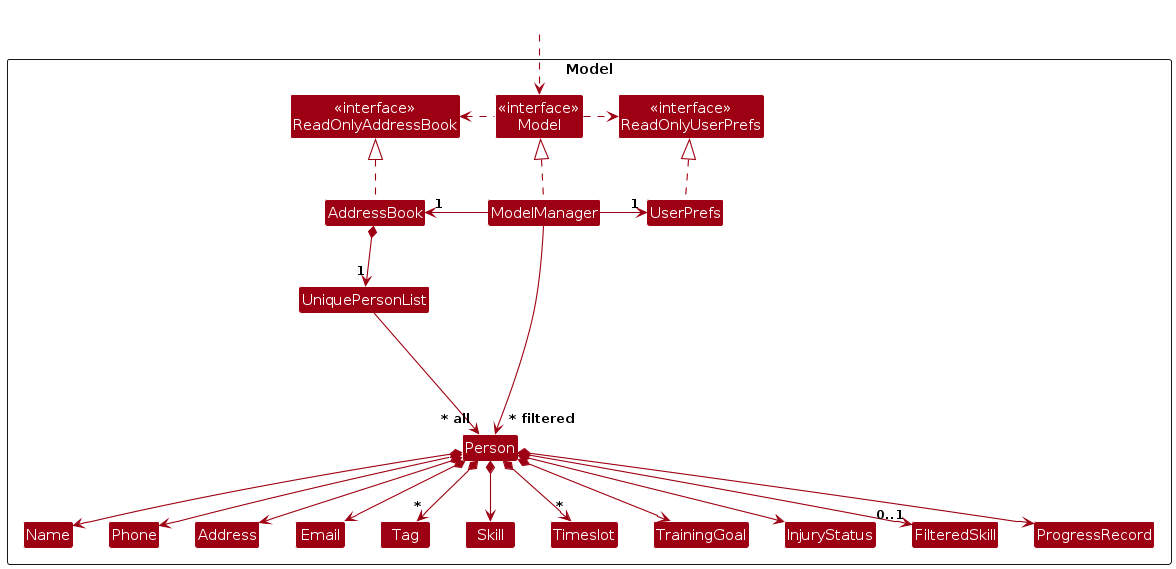
Before: diagrams/ModelClassDiagram.png, a diagram exported from PlantUML (Lim-ZY/tp). Its source is kept beside it as diagrams/ModelClassDiagram.puml.
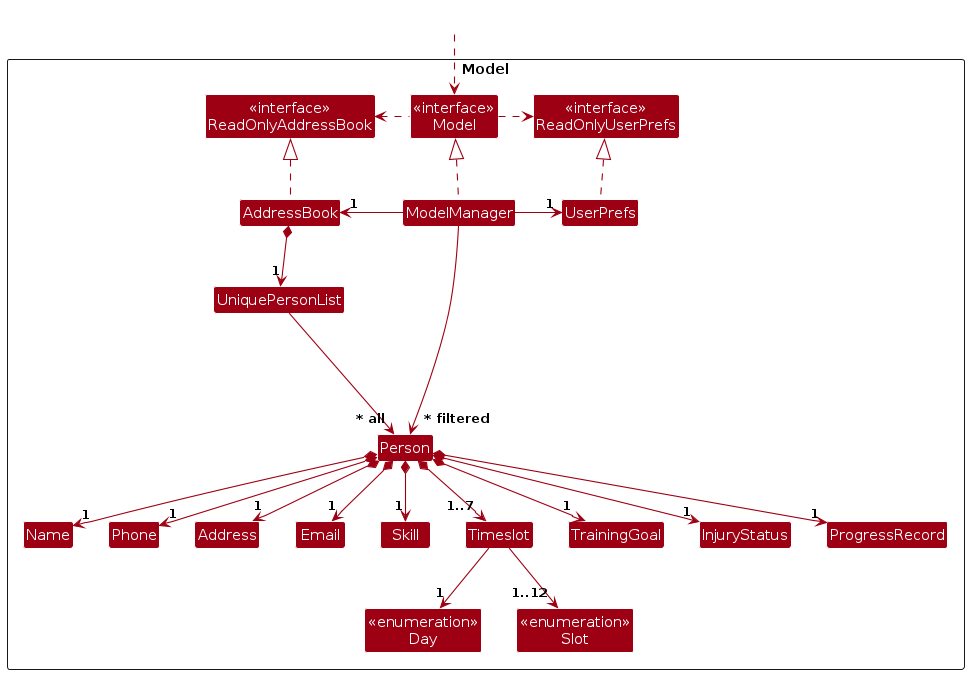
Above is the later version.

Diff of the diagram source:
```diff
@@ -18,13 +18,13 @@
 Class Email
 Class Name
 Class Phone
-Class Tag
 Class Skill
 Class Timeslot
 Class TrainingGoal
 Class InjuryStatus
-Class FilteredSkill
 Class ProgressRecord
+Class "<<enumeration>>\nDay" as Day
+Class "<<enumeration>>\nSlot" as Slot
 
 Class I #FFFFFF
 }
@@ -43,17 +43,17 @@
 
 AddressBook *--> "1" UniquePersonList
 UniquePersonList --> "~* all" Person
-Person *--> Name
-Person *--> Phone
-Person *--> Email
-Person *--> Address
-Person *--> "*" Tag
-Person *--> Skill
-Person *--> "*" Timeslot
-Person *--> TrainingGoal
-Person *--> InjuryStatus
-Person *--> "0..1" FilteredSkill
-Person *--> ProgressRecord
+Person *--> "1" Name
+Person *--> "1" Phone
+Person *--> "1" Email
+Person *--> "1" Address
+Person *--> "1" Skill
+Person *--> "1..7" Timeslot
+Timeslot --> "1" Day
+Timeslot --> "1..12" Slot
+Person *--> "1" TrainingGoal
+Person *--> "1" InjuryStatus
+Person *--> "1" ProgressRecord
 
 Person -[hidden]up--> I
 UniquePersonList -[hidden]right-> I
```
